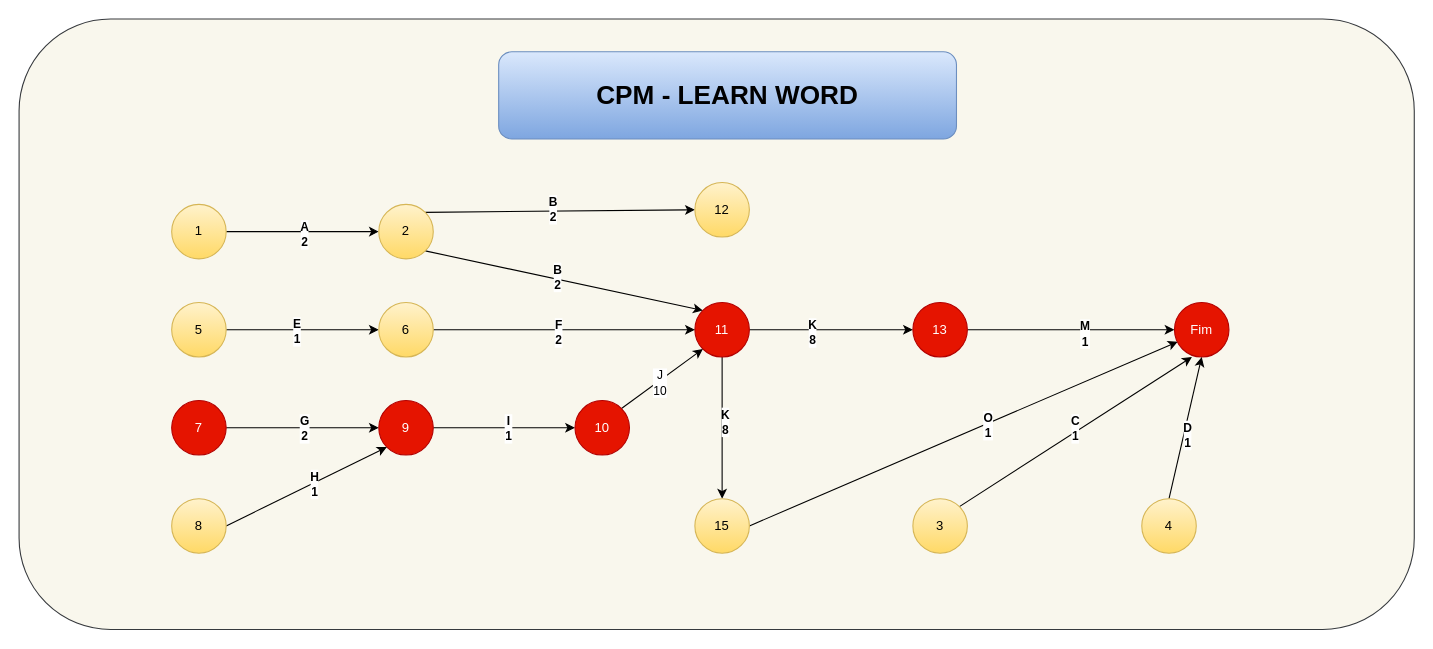
Carla-coder/Leka.github.io keeps this draw.io diagram as Documentação/Pert - CPM/CPM.drawio. Above is the earlier version. Source tidied: cells renumbered, new cells numbered last; positions are measured from the earlier drawing's top-left corner, leaving out a move shared by most shapes. Both pictures are drawn from the tidied source at 109%, with x=0, y=0 at pixel (19, 19).
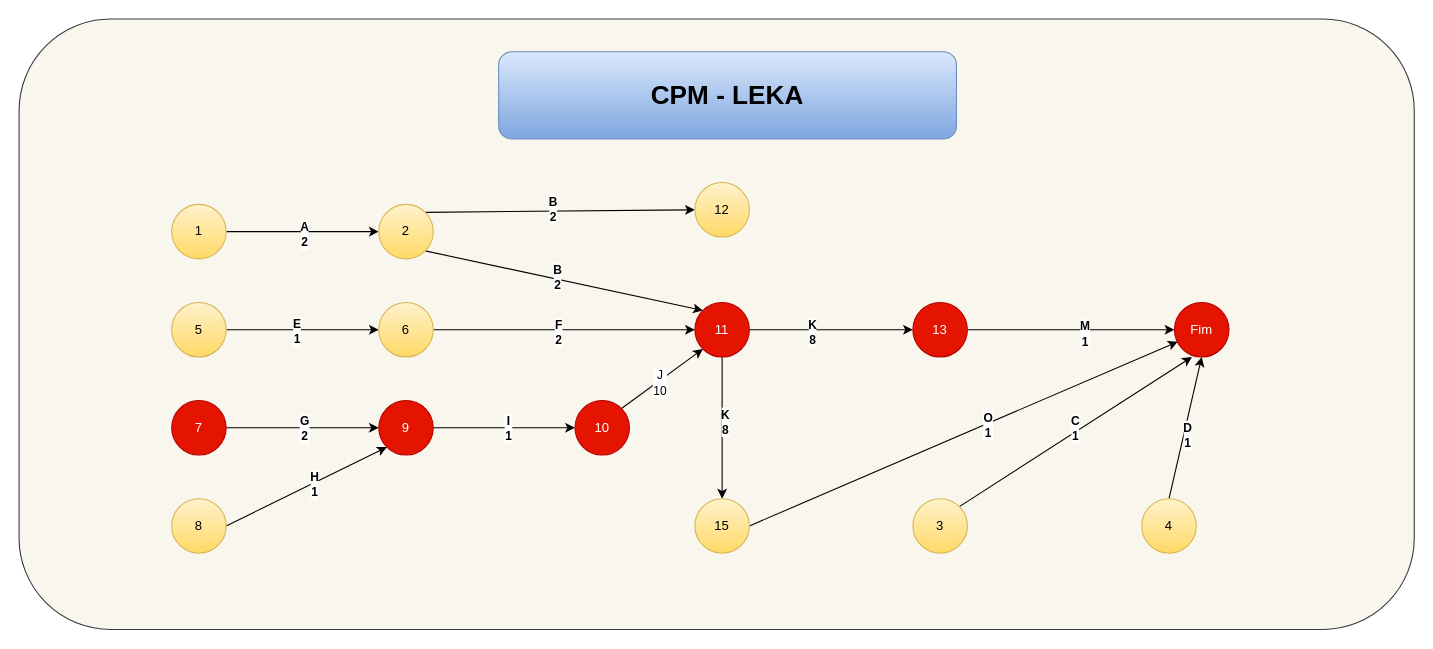
The same diagram, later.

The edit, as a diff of the source:
```diff
@@
-    <mxCell id="48" value="&lt;font style=&quot;font-size: 24px;&quot;&gt;&lt;b&gt;CPM - LEARN WORD&lt;/b&gt;&lt;/font&gt;" style="rounded=1;whiteSpace=wrap;html=1;fillColor=#dae8fc;strokeColor=#6c8ebf;gradientColor=#7ea6e0;" parent="1" vertex="1">
+    <mxCell id="48" value="&lt;span style=&quot;font-size: 24px;&quot;&gt;&lt;b&gt;CPM - LEKA&lt;/b&gt;&lt;/span&gt;" style="rounded=1;whiteSpace=wrap;html=1;fillColor=#dae8fc;strokeColor=#6c8ebf;gradientColor=#7ea6e0;" parent="1" vertex="1">
       <mxGeometry x="440" y="30" width="420" height="80" as="geometry" />
     </mxCell>
```
